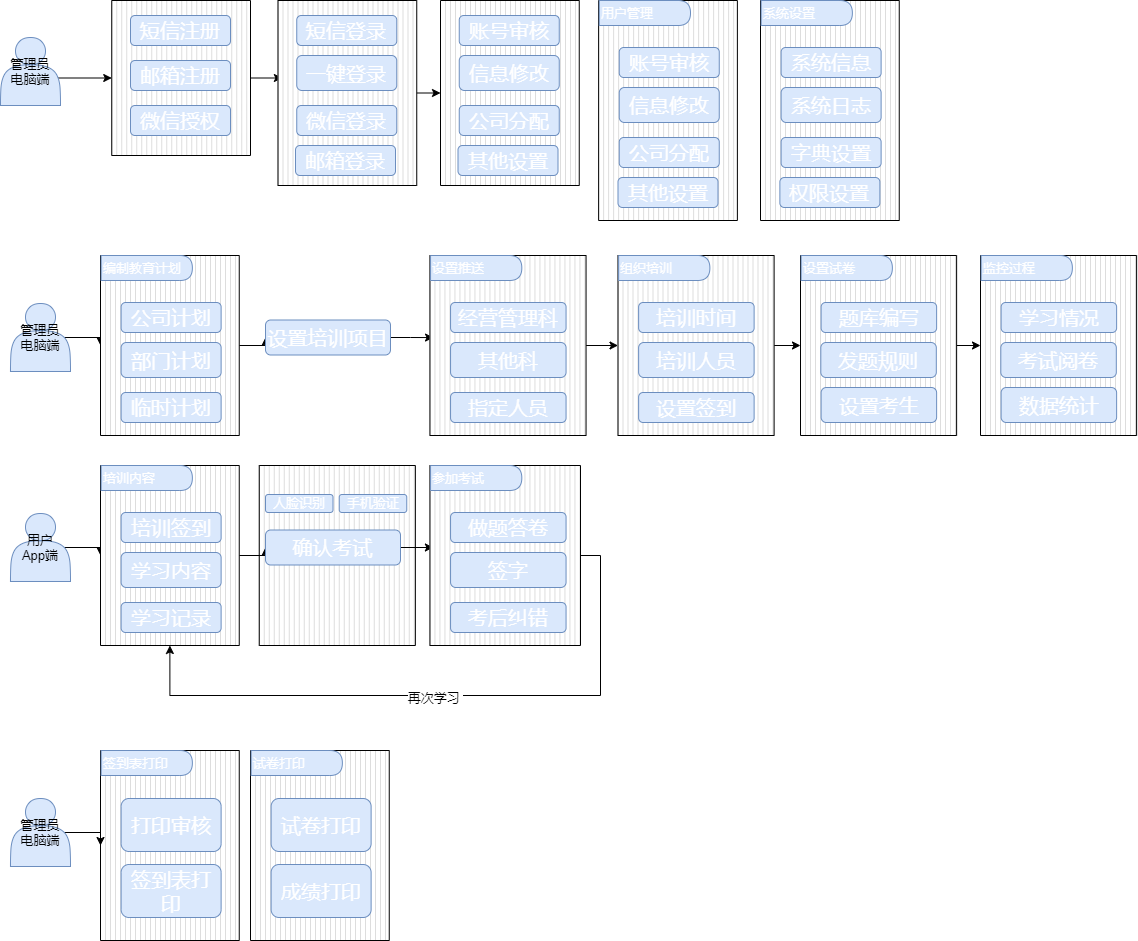
Above: Untitled Diagram.drawio.png in lenonjone/Toolkits (draw.io), before the change. Source tidied: cells renumbered, new cells last; positions are measured from the earlier drawing's top-left corner, leaving out a move shared by most shapes.
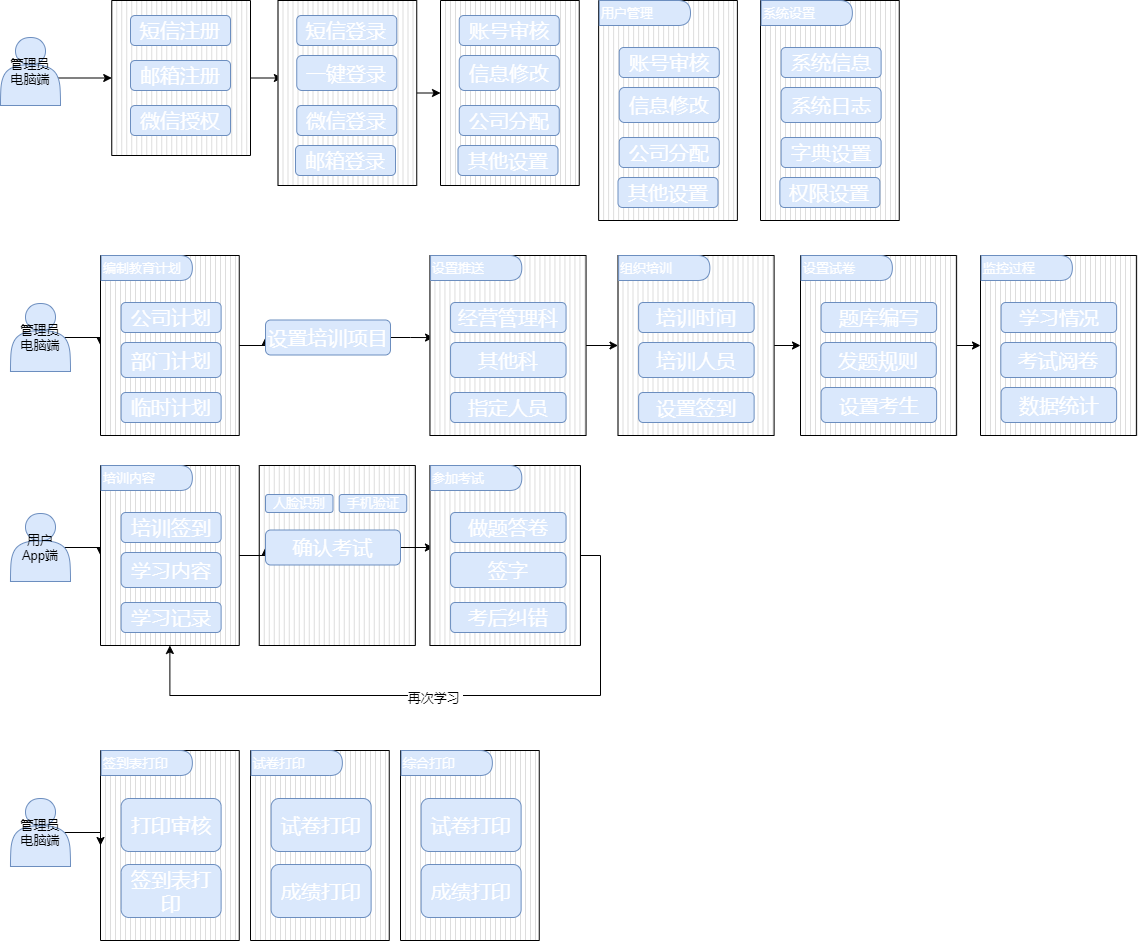
Later version of the same file.

The edit, as a diff of the source:
```diff
@@ -289,5 +289,17 @@
     <mxCell id="94" value="试卷打印" style="shape=delay;whiteSpace=wrap;html=1;fontSize=13;align=left;fillColor=#dae8fc;strokeColor=#6c8ebf;fontColor=#FFFFFF;" parent="1" vertex="1">
       <mxGeometry x="250.6" y="750" width="91.2" height="25" as="geometry" />
     </mxCell>
+    <mxCell id="95" style="verticalLabelPosition=bottom;verticalAlign=top;html=1;shape=mxgraph.basic.patternFillRect;fillStyle=vert;step=5;fillStrokeWidth=0.2;fillStrokeColor=#dddddd;fontSize=13;fontColor=#FFFFFF;" parent="1" vertex="1">
+      <mxGeometry x="400" y="750" width="138.8" height="190" as="geometry" />
+    </mxCell>
+    <mxCell id="96" value="试卷打印" style="rounded=1;whiteSpace=wrap;html=1;fillColor=#dae8fc;strokeColor=#6c8ebf;fontColor=#FFFFFF;fontStyle=0;fontSize=20;" parent="1" vertex="1">
+      <mxGeometry x="420.6" y="798" width="100" height="53" as="geometry" />
+    </mxCell>
+    <mxCell id="97" value="成绩打印" style="rounded=1;whiteSpace=wrap;html=1;fillColor=#dae8fc;strokeColor=#6c8ebf;fontColor=#FFFFFF;fontStyle=0;fontSize=20;" parent="1" vertex="1">
+      <mxGeometry x="420.6" y="864" width="100" height="53" as="geometry" />
+    </mxCell>
+    <mxCell id="98" value="综合打印" style="shape=delay;whiteSpace=wrap;html=1;fontSize=13;align=left;fillColor=#dae8fc;strokeColor=#6c8ebf;fontColor=#FFFFFF;" parent="1" vertex="1">
+      <mxGeometry x="400.6" y="750" width="91.2" height="25" as="geometry" />
+    </mxCell>
   </root>
 </mxGraphModel>
```
